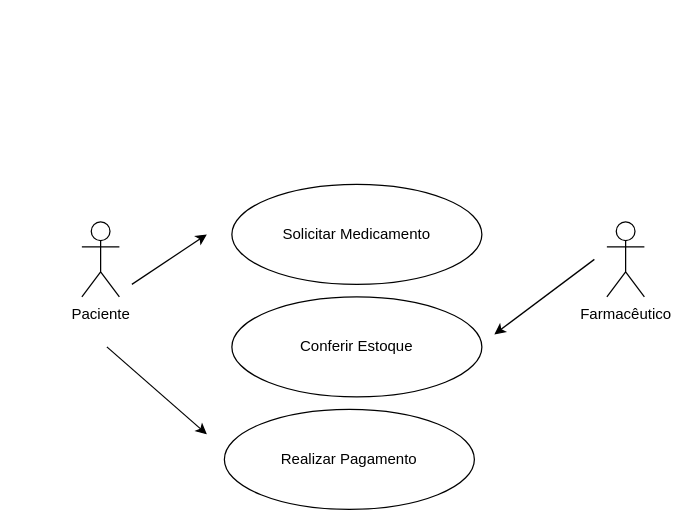
The draw.io diagram diagramas/Caso_de_Uso_Medicamentos.drawio in glopez337/Engenharia-de-software, before the edit. Source tidied: cells renumbered, new cells numbered last; positions are measured from the earlier drawing's top-left corner, leaving out a move shared by most shapes. Both pictures are drawn from the tidied source at 125%, with x=0, y=0 at pixel (81, 184).
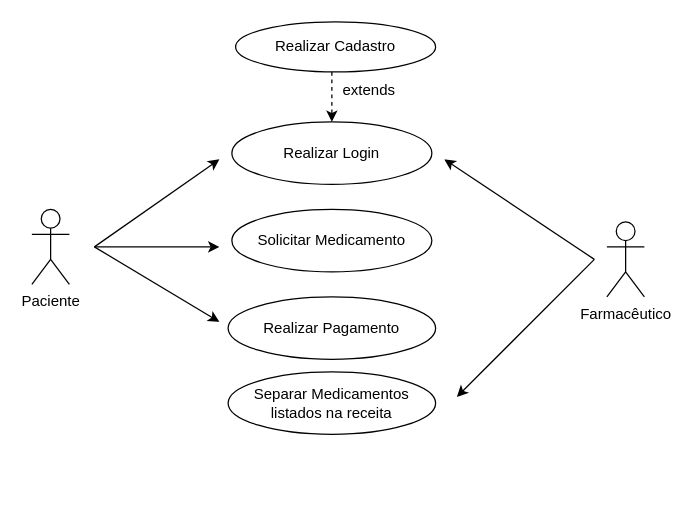
The same page after the edit.

The edit, as a diff of the source:
```diff
@@
     <mxCell id="2" value="Paciente" style="shape=umlActor;verticalLabelPosition=bottom;verticalAlign=top;html=1;" parent="1" vertex="1">
-      <mxGeometry y="30" width="30" height="60" as="geometry" />
+      <mxGeometry x="-40" y="20" width="30" height="60" as="geometry" />
     </mxCell>
     <mxCell id="3" value="Solicitar Medicamento" style="ellipse;whiteSpace=wrap;html=1;" parent="1" vertex="1">
-      <mxGeometry x="120" width="200" height="80" as="geometry" />
+      <mxGeometry x="120" y="20" width="160" height="50" as="geometry" />
     </mxCell>
-    <mxCell id="4" value="Conferir Estoque" style="ellipse;whiteSpace=wrap;html=1;" parent="1" vertex="1">
-      <mxGeometry x="120" y="90" width="200" height="80" as="geometry" />
+    <mxCell id="4" value="Separar Medicamentos listados na receita" style="ellipse;whiteSpace=wrap;html=1;" parent="1" vertex="1">
+      <mxGeometry x="117" y="150" width="166" height="50" as="geometry" />
     </mxCell>
     <mxCell id="5" value="Realizar Pagamento" style="ellipse;whiteSpace=wrap;html=1;" parent="1" vertex="1">
-      <mxGeometry x="114" y="180" width="200" height="80" as="geometry" />
+      <mxGeometry x="117" y="90" width="166" height="50" as="geometry" />
     </mxCell>
@@
     <mxCell id="7" style="endArrow=classic;html=1;rounded=0;" parent="1" edge="1">
       <mxGeometry relative="1" as="geometry">
-        <mxPoint x="40" y="80" as="sourcePoint" />
-        <mxPoint x="100" y="40" as="targetPoint" />
+        <mxPoint x="10" y="50" as="sourcePoint" />
+        <mxPoint x="110" y="50" as="targetPoint" />
       </mxGeometry>
     </mxCell>
     <mxCell id="8" style="endArrow=classic;html=1;rounded=0;" parent="1" edge="1">
       <mxGeometry relative="1" as="geometry">
         <mxPoint x="410" y="60" as="sourcePoint" />
-        <mxPoint x="330" y="120" as="targetPoint" />
+        <mxPoint x="300" y="170" as="targetPoint" />
       </mxGeometry>
     </mxCell>
     <mxCell id="9" style="endArrow=classic;html=1;rounded=0;" parent="1" edge="1">
       <mxGeometry relative="1" as="geometry">
-        <mxPoint x="20" y="130" as="sourcePoint" />
-        <mxPoint x="100" y="200" as="targetPoint" />
+        <mxPoint x="10" y="50" as="sourcePoint" />
+        <mxPoint x="110" y="110" as="targetPoint" />
       </mxGeometry>
     </mxCell>
+    <mxCell id="10" value="Realizar Cadastro" style="ellipse;whiteSpace=wrap;html=1;" parent="1" vertex="1">
+      <mxGeometry x="123" y="-130" width="160" height="40" as="geometry" />
+    </mxCell>
+    <mxCell id="11" value="Realizar Login" style="ellipse;whiteSpace=wrap;html=1;" parent="1" vertex="1">
+      <mxGeometry x="120" y="-50" width="160" height="50" as="geometry" />
+    </mxCell>
+    <mxCell id="12" style="endArrow=classic;html=1;rounded=0;" parent="1" edge="1">
+      <mxGeometry relative="1" as="geometry">
+        <mxPoint x="410" y="60" as="sourcePoint" />
+        <mxPoint x="290" y="-20" as="targetPoint" />
+      </mxGeometry>
+    </mxCell>
+    <mxCell id="13" style="endArrow=classic;html=1;rounded=0;" parent="1" edge="1">
+      <mxGeometry relative="1" as="geometry">
+        <mxPoint x="10" y="50" as="sourcePoint" />
+        <mxPoint x="110" y="-20" as="targetPoint" />
+      </mxGeometry>
+    </mxCell>
+    <mxCell id="14" style="endArrow=classic;html=1;rounded=0;dashed=1;" parent="1" edge="1">
+      <mxGeometry relative="1" as="geometry">
+        <mxPoint x="200" y="-90" as="sourcePoint" />
+        <mxPoint x="200" y="-50" as="targetPoint" />
+      </mxGeometry>
+    </mxCell>
+    <mxCell id="15" value="extends" style="text;html=1;align=center;verticalAlign=middle;whiteSpace=wrap;rounded=0;" parent="1" vertex="1">
+      <mxGeometry x="200" y="-90" width="60" height="30" as="geometry" />
+    </mxCell>
```
